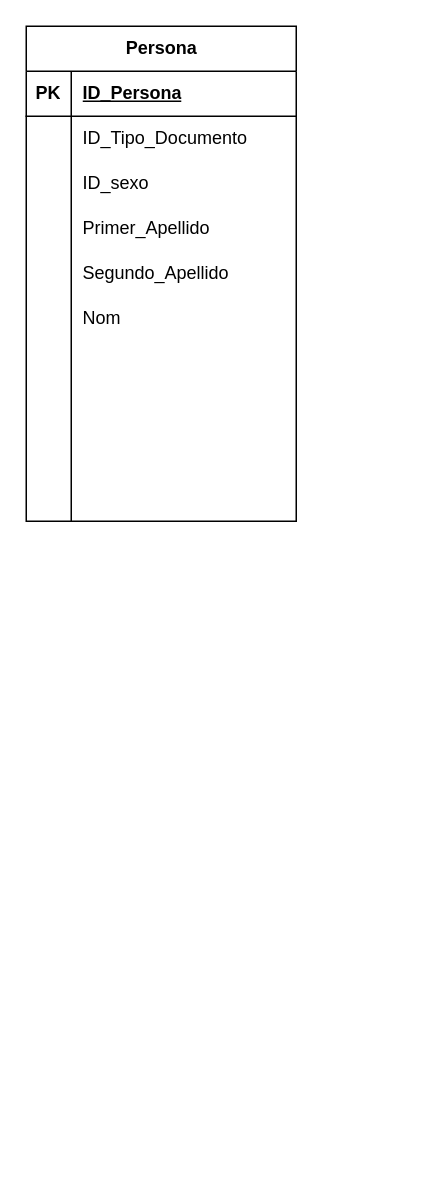
Before: mareli.drawio in JSMONTOYAS/diagramas-, a draw.io diagram. Source tidied: cells renumbered, new cells numbered last; positions are measured from the earlier drawing's top-left corner, leaving out a move shared by most shapes. Both pictures are drawn from the tidied source at 150%, with x=0, y=0 at pixel (26, 26).
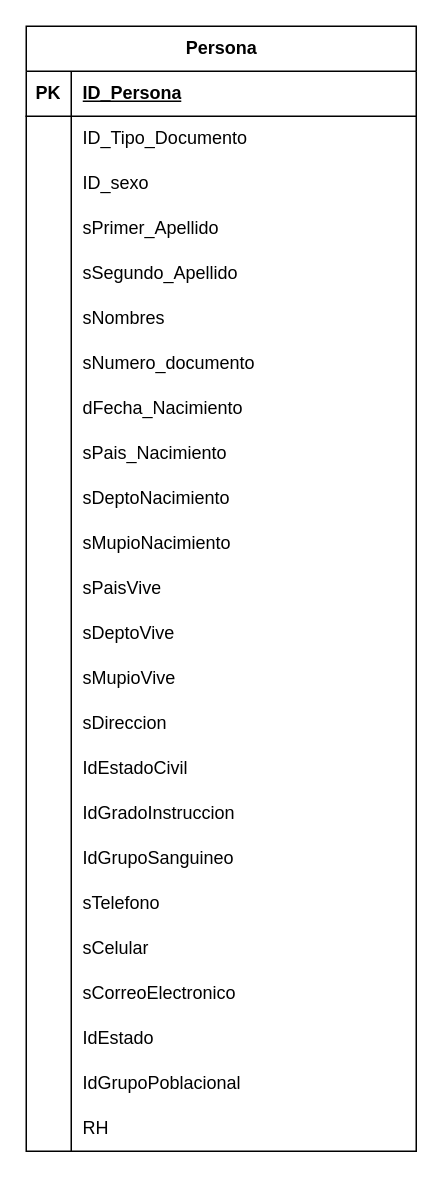
The same diagram, later.

The edit, as a diff of the source:
```diff
@@
     <mxCell id="2" value="Persona" style="shape=table;startSize=30;childLayout=tableLayout;rowLines=0;fontStyle=1;align=center;html=1;" parent="1" vertex="1">
-      <mxGeometry width="180" height="330" as="geometry" />
+      <mxGeometry width="260" height="750" as="geometry" />
     </mxCell>
     <mxCell id="3" style="shape=tableRow;horizontal=0;startSize=0;swimlaneHead=0;swimlaneBody=0;fillColor=none;top=0;left=0;right=0;bottom=1;" parent="2" vertex="1">
-      <mxGeometry y="30" width="180" height="30" as="geometry" />
+      <mxGeometry y="30" width="260" height="30" as="geometry" />
     </mxCell>
@@
     <mxCell id="5" value="ID_Persona" style="shape=partialRectangle;fillColor=none;top=0;left=0;bottom=0;right=0;align=left;spacingLeft=6;fontStyle=5;overflow=hidden;whiteSpace=wrap;html=1;" parent="3" vertex="1">
-      <mxGeometry x="30" width="150" height="30" as="geometry" />
+      <mxGeometry x="30" width="230" height="30" as="geometry" />
     </mxCell>
     <mxCell id="6" style="shape=tableRow;horizontal=0;startSize=0;swimlaneHead=0;swimlaneBody=0;fillColor=none;top=0;left=0;right=0;bottom=0;" parent="2" vertex="1">
-      <mxGeometry y="60" width="180" height="30" as="geometry" />
+      <mxGeometry y="60" width="260" height="30" as="geometry" />
     </mxCell>
@@
     <mxCell id="8" value="ID_Tipo_Documento" style="shape=partialRectangle;fillColor=none;top=0;left=0;bottom=0;right=0;align=left;spacingLeft=6;overflow=hidden;whiteSpace=wrap;html=1;" parent="6" vertex="1">
-      <mxGeometry x="30" width="150" height="30" as="geometry" />
+      <mxGeometry x="30" width="230" height="30" as="geometry" />
     </mxCell>
     <mxCell id="9" style="shape=tableRow;horizontal=0;startSize=0;swimlaneHead=0;swimlaneBody=0;fillColor=none;top=0;left=0;right=0;bottom=0;" parent="2" vertex="1">
-      <mxGeometry y="90" width="180" height="30" as="geometry" />
+      <mxGeometry y="90" width="260" height="30" as="geometry" />
     </mxCell>
@@
     <mxCell id="11" value="ID_sexo" style="shape=partialRectangle;fillColor=none;top=0;left=0;bottom=0;right=0;align=left;spacingLeft=6;overflow=hidden;whiteSpace=wrap;html=1;" parent="9" vertex="1">
-      <mxGeometry x="30" width="150" height="30" as="geometry" />
+      <mxGeometry x="30" width="230" height="30" as="geometry" />
     </mxCell>
     <mxCell id="12" style="shape=tableRow;horizontal=0;startSize=0;swimlaneHead=0;swimlaneBody=0;fillColor=none;top=0;left=0;right=0;bottom=0;" parent="2" vertex="1">
-      <mxGeometry y="120" width="180" height="30" as="geometry" />
+      <mxGeometry y="120" width="260" height="30" as="geometry" />
     </mxCell>
@@
-    <mxCell id="14" value="Primer_Apellido" style="shape=partialRectangle;fillColor=none;top=0;left=0;bottom=0;right=0;align=left;spacingLeft=6;overflow=hidden;whiteSpace=wrap;html=1;" parent="12" vertex="1">
-      <mxGeometry x="30" width="150" height="30" as="geometry" />
+    <mxCell id="14" value="sPrimer_Apellido" style="shape=partialRectangle;fillColor=none;top=0;left=0;bottom=0;right=0;align=left;spacingLeft=6;overflow=hidden;whiteSpace=wrap;html=1;" parent="12" vertex="1">
+      <mxGeometry x="30" width="230" height="30" as="geometry" />
     </mxCell>
     <mxCell id="15" style="shape=tableRow;horizontal=0;startSize=0;swimlaneHead=0;swimlaneBody=0;fillColor=none;top=0;left=0;right=0;bottom=0;" parent="2" vertex="1">
-      <mxGeometry y="150" width="180" height="30" as="geometry" />
+      <mxGeometry y="150" width="260" height="30" as="geometry" />
     </mxCell>
@@
-    <mxCell id="17" value="Segundo_Apellido" style="shape=partialRectangle;fillColor=none;top=0;left=0;bottom=0;right=0;align=left;spacingLeft=6;overflow=hidden;whiteSpace=wrap;html=1;" parent="15" vertex="1">
-      <mxGeometry x="30" width="150" height="30" as="geometry" />
+    <mxCell id="17" value="sSegundo_Apellido" style="shape=partialRectangle;fillColor=none;top=0;left=0;bottom=0;right=0;align=left;spacingLeft=6;overflow=hidden;whiteSpace=wrap;html=1;" parent="15" vertex="1">
+      <mxGeometry x="30" width="230" height="30" as="geometry" />
     </mxCell>
     <mxCell id="18" style="shape=tableRow;horizontal=0;startSize=0;swimlaneHead=0;swimlaneBody=0;fillColor=none;top=0;left=0;right=0;bottom=0;" parent="2" vertex="1">
-      <mxGeometry y="180" width="180" height="30" as="geometry" />
+      <mxGeometry y="180" width="260" height="30" as="geometry" />
     </mxCell>
@@
-    <mxCell id="20" value="Nom" style="shape=partialRectangle;fillColor=none;top=0;left=0;bottom=0;right=0;align=left;spacingLeft=6;overflow=hidden;whiteSpace=wrap;html=1;" parent="18" vertex="1">
-      <mxGeometry x="30" width="150" height="30" as="geometry" />
+    <mxCell id="20" value="sNombres" style="shape=partialRectangle;fillColor=none;top=0;left=0;bottom=0;right=0;align=left;spacingLeft=6;overflow=hidden;whiteSpace=wrap;html=1;" parent="18" vertex="1">
+      <mxGeometry x="30" width="230" height="30" as="geometry" />
     </mxCell>
     <mxCell id="21" style="shape=tableRow;horizontal=0;startSize=0;swimlaneHead=0;swimlaneBody=0;fillColor=none;top=0;left=0;right=0;bottom=0;" parent="2" vertex="1">
-      <mxGeometry y="210" width="180" height="30" as="geometry" />
+      <mxGeometry y="210" width="260" height="30" as="geometry" />
     </mxCell>
@@
-    <mxCell id="23" style="shape=partialRectangle;fillColor=none;top=0;left=0;bottom=0;right=0;align=left;spacingLeft=6;overflow=hidden;whiteSpace=wrap;html=1;" parent="21" vertex="1">
-      <mxGeometry x="30" width="150" height="30" as="geometry" />
+    <mxCell id="23" value="sNumero_documento" style="shape=partialRectangle;fillColor=none;top=0;left=0;bottom=0;right=0;align=left;spacingLeft=6;overflow=hidden;whiteSpace=wrap;html=1;" parent="21" vertex="1">
+      <mxGeometry x="30" width="230" height="30" as="geometry" />
     </mxCell>
     <mxCell id="24" style="shape=tableRow;horizontal=0;startSize=0;swimlaneHead=0;swimlaneBody=0;fillColor=none;top=0;left=0;right=0;bottom=0;" parent="2" vertex="1">
-      <mxGeometry y="240" width="180" height="30" as="geometry" />
+      <mxGeometry y="240" width="260" height="30" as="geometry" />
     </mxCell>
@@
-    <mxCell id="26" style="shape=partialRectangle;fillColor=none;top=0;left=0;bottom=0;right=0;align=left;spacingLeft=6;overflow=hidden;whiteSpace=wrap;html=1;" parent="24" vertex="1">
-      <mxGeometry x="30" width="150" height="30" as="geometry" />
+    <mxCell id="26" value="dFecha_Nacimiento" style="shape=partialRectangle;fillColor=none;top=0;left=0;bottom=0;right=0;align=left;spacingLeft=6;overflow=hidden;whiteSpace=wrap;html=1;" parent="24" vertex="1">
+      <mxGeometry x="30" width="230" height="30" as="geometry" />
     </mxCell>
     <mxCell id="27" style="shape=tableRow;horizontal=0;startSize=0;swimlaneHead=0;swimlaneBody=0;fillColor=none;top=0;left=0;right=0;bottom=0;" parent="2" vertex="1">
-      <mxGeometry y="270" width="180" height="30" as="geometry" />
+      <mxGeometry y="270" width="260" height="30" as="geometry" />
     </mxCell>
@@
-    <mxCell id="29" style="shape=partialRectangle;fillColor=none;top=0;left=0;bottom=0;right=0;align=left;spacingLeft=6;overflow=hidden;whiteSpace=wrap;html=1;" parent="27" vertex="1">
-      <mxGeometry x="30" width="150" height="30" as="geometry" />
+    <mxCell id="29" value="sPais_Nacimiento" style="shape=partialRectangle;fillColor=none;top=0;left=0;bottom=0;right=0;align=left;spacingLeft=6;overflow=hidden;whiteSpace=wrap;html=1;" parent="27" vertex="1">
+      <mxGeometry x="30" width="230" height="30" as="geometry" />
     </mxCell>
     <mxCell id="30" style="shape=tableRow;horizontal=0;startSize=0;swimlaneHead=0;swimlaneBody=0;fillColor=none;top=0;left=0;right=0;bottom=0;" parent="2" vertex="1">
-      <mxGeometry y="300" width="180" height="30" as="geometry" />
+      <mxGeometry y="300" width="260" height="30" as="geometry" />
     </mxCell>
@@
-    <mxCell id="32" style="shape=partialRectangle;fillColor=none;top=0;left=0;bottom=0;right=0;align=left;spacingLeft=6;overflow=hidden;whiteSpace=wrap;html=1;" parent="30" vertex="1">
-      <mxGeometry x="30" width="150" height="30" as="geometry" />
+    <mxCell id="32" value="sDeptoNacimiento" style="shape=partialRectangle;fillColor=none;top=0;left=0;bottom=0;right=0;align=left;spacingLeft=6;overflow=hidden;whiteSpace=wrap;html=1;" parent="30" vertex="1">
+      <mxGeometry x="30" width="230" height="30" as="geometry" />
     </mxCell>
+    <mxCell id="33" style="shape=tableRow;horizontal=0;startSize=0;swimlaneHead=0;swimlaneBody=0;fillColor=none;top=0;left=0;right=0;bottom=0;" parent="2" vertex="1">
+      <mxGeometry y="330" width="260" height="30" as="geometry" />
+    </mxCell>
+    <mxCell id="34" style="shape=partialRectangle;fillColor=none;top=0;left=0;bottom=0;right=0;overflow=hidden;whiteSpace=wrap;html=1;" parent="33" vertex="1">
+      <mxGeometry width="30" height="30" as="geometry" />
+    </mxCell>
+    <mxCell id="35" value="sMupioNacimiento" style="shape=partialRectangle;fillColor=none;top=0;left=0;bottom=0;right=0;align=left;spacingLeft=6;overflow=hidden;whiteSpace=wrap;html=1;" parent="33" vertex="1">
+      <mxGeometry x="30" width="230" height="30" as="geometry" />
+    </mxCell>
+    <mxCell id="36" style="shape=tableRow;horizontal=0;startSize=0;swimlaneHead=0;swimlaneBody=0;fillColor=none;top=0;left=0;right=0;bottom=0;" parent="2" vertex="1">
+      <mxGeometry y="360" width="260" height="30" as="geometry" />
+    </mxCell>
+    <mxCell id="37" style="shape=partialRectangle;fillColor=none;top=0;left=0;bottom=0;right=0;overflow=hidden;whiteSpace=wrap;html=1;" parent="36" vertex="1">
+      <mxGeometry width="30" height="30" as="geometry" />
+    </mxCell>
+    <mxCell id="38" value="sPaisVive" style="shape=partialRectangle;fillColor=none;top=0;left=0;bottom=0;right=0;align=left;spacingLeft=6;overflow=hidden;whiteSpace=wrap;html=1;" parent="36" vertex="1">
+      <mxGeometry x="30" width="230" height="30" as="geometry" />
+    </mxCell>
+    <mxCell id="39" style="shape=tableRow;horizontal=0;startSize=0;swimlaneHead=0;swimlaneBody=0;fillColor=none;top=0;left=0;right=0;bottom=0;" parent="2" vertex="1">
+      <mxGeometry y="390" width="260" height="30" as="geometry" />
+    </mxCell>
+    <mxCell id="40" style="shape=partialRectangle;fillColor=none;top=0;left=0;bottom=0;right=0;overflow=hidden;whiteSpace=wrap;html=1;" parent="39" vertex="1">
+      <mxGeometry width="30" height="30" as="geometry" />
+    </mxCell>
+    <mxCell id="41" value="sDeptoVive" style="shape=partialRectangle;fillColor=none;top=0;left=0;bottom=0;right=0;align=left;spacingLeft=6;overflow=hidden;whiteSpace=wrap;html=1;" parent="39" vertex="1">
+      <mxGeometry x="30" width="230" height="30" as="geometry" />
+    </mxCell>
+    <mxCell id="42" style="shape=tableRow;horizontal=0;startSize=0;swimlaneHead=0;swimlaneBody=0;fillColor=none;top=0;left=0;right=0;bottom=0;" parent="2" vertex="1">
+      <mxGeometry y="420" width="260" height="30" as="geometry" />
+    </mxCell>
+    <mxCell id="43" style="shape=partialRectangle;fillColor=none;top=0;left=0;bottom=0;right=0;overflow=hidden;whiteSpace=wrap;html=1;" parent="42" vertex="1">
+      <mxGeometry width="30" height="30" as="geometry" />
+    </mxCell>
+    <mxCell id="44" value="sMupioVive" style="shape=partialRectangle;fillColor=none;top=0;left=0;bottom=0;right=0;align=left;spacingLeft=6;overflow=hidden;whiteSpace=wrap;html=1;" parent="42" vertex="1">
+      <mxGeometry x="30" width="230" height="30" as="geometry" />
+    </mxCell>
+    <mxCell id="45" style="shape=tableRow;horizontal=0;startSize=0;swimlaneHead=0;swimlaneBody=0;fillColor=none;top=0;left=0;right=0;bottom=0;" parent="2" vertex="1">
+      <mxGeometry y="450" width="260" height="30" as="geometry" />
+    </mxCell>
+    <mxCell id="46" style="shape=partialRectangle;fillColor=none;top=0;left=0;bottom=0;right=0;overflow=hidden;whiteSpace=wrap;html=1;" parent="45" vertex="1">
+      <mxGeometry width="30" height="30" as="geometry" />
+    </mxCell>
+    <mxCell id="47" value="sDireccion" style="shape=partialRectangle;fillColor=none;top=0;left=0;bottom=0;right=0;align=left;spacingLeft=6;overflow=hidden;whiteSpace=wrap;html=1;" parent="45" vertex="1">
+      <mxGeometry x="30" width="230" height="30" as="geometry" />
+    </mxCell>
+    <mxCell id="48" style="shape=tableRow;horizontal=0;startSize=0;swimlaneHead=0;swimlaneBody=0;fillColor=none;top=0;left=0;right=0;bottom=0;" parent="2" vertex="1">
+      <mxGeometry y="480" width="260" height="30" as="geometry" />
+    </mxCell>
+    <mxCell id="49" style="shape=partialRectangle;fillColor=none;top=0;left=0;bottom=0;right=0;overflow=hidden;whiteSpace=wrap;html=1;" parent="48" vertex="1">
+      <mxGeometry width="30" height="30" as="geometry" />
+    </mxCell>
+    <mxCell id="50" value="IdEstadoCivil" style="shape=partialRectangle;fillColor=none;top=0;left=0;bottom=0;right=0;align=left;spacingLeft=6;overflow=hidden;whiteSpace=wrap;html=1;" parent="48" vertex="1">
+      <mxGeometry x="30" width="230" height="30" as="geometry" />
+    </mxCell>
+    <mxCell id="51" style="shape=tableRow;horizontal=0;startSize=0;swimlaneHead=0;swimlaneBody=0;fillColor=none;top=0;left=0;right=0;bottom=0;" parent="2" vertex="1">
+      <mxGeometry y="510" width="260" height="30" as="geometry" />
+    </mxCell>
+    <mxCell id="52" style="shape=partialRectangle;fillColor=none;top=0;left=0;bottom=0;right=0;overflow=hidden;whiteSpace=wrap;html=1;" parent="51" vertex="1">
+      <mxGeometry width="30" height="30" as="geometry" />
+    </mxCell>
+    <mxCell id="53" value="IdGradoInstruccion" style="shape=partialRectangle;fillColor=none;top=0;left=0;bottom=0;right=0;align=left;spacingLeft=6;overflow=hidden;whiteSpace=wrap;html=1;" parent="51" vertex="1">
+      <mxGeometry x="30" width="230" height="30" as="geometry" />
+    </mxCell>
+    <mxCell id="54" style="shape=tableRow;horizontal=0;startSize=0;swimlaneHead=0;swimlaneBody=0;fillColor=none;top=0;left=0;right=0;bottom=0;" parent="2" vertex="1">
+      <mxGeometry y="540" width="260" height="30" as="geometry" />
+    </mxCell>
+    <mxCell id="55" style="shape=partialRectangle;fillColor=none;top=0;left=0;bottom=0;right=0;overflow=hidden;whiteSpace=wrap;html=1;" parent="54" vertex="1">
+      <mxGeometry width="30" height="30" as="geometry" />
+    </mxCell>
+    <mxCell id="56" value="IdGrupoSanguineo" style="shape=partialRectangle;fillColor=none;top=0;left=0;bottom=0;right=0;align=left;spacingLeft=6;overflow=hidden;whiteSpace=wrap;html=1;" parent="54" vertex="1">
+      <mxGeometry x="30" width="230" height="30" as="geometry" />
+    </mxCell>
+    <mxCell id="57" style="shape=tableRow;horizontal=0;startSize=0;swimlaneHead=0;swimlaneBody=0;fillColor=none;top=0;left=0;right=0;bottom=0;" parent="2" vertex="1">
+      <mxGeometry y="570" width="260" height="30" as="geometry" />
+    </mxCell>
+    <mxCell id="58" style="shape=partialRectangle;fillColor=none;top=0;left=0;bottom=0;right=0;overflow=hidden;whiteSpace=wrap;html=1;" parent="57" vertex="1">
+      <mxGeometry width="30" height="30" as="geometry" />
+    </mxCell>
+    <mxCell id="59" value="sTelefono" style="shape=partialRectangle;fillColor=none;top=0;left=0;bottom=0;right=0;align=left;spacingLeft=6;overflow=hidden;whiteSpace=wrap;html=1;" parent="57" vertex="1">
+      <mxGeometry x="30" width="230" height="30" as="geometry" />
+    </mxCell>
+    <mxCell id="60" style="shape=tableRow;horizontal=0;startSize=0;swimlaneHead=0;swimlaneBody=0;fillColor=none;top=0;left=0;right=0;bottom=0;" parent="2" vertex="1">
+      <mxGeometry y="600" width="260" height="30" as="geometry" />
+    </mxCell>
+    <mxCell id="61" style="shape=partialRectangle;fillColor=none;top=0;left=0;bottom=0;right=0;overflow=hidden;whiteSpace=wrap;html=1;" parent="60" vertex="1">
+      <mxGeometry width="30" height="30" as="geometry" />
+    </mxCell>
+    <mxCell id="62" value="sCelular" style="shape=partialRectangle;fillColor=none;top=0;left=0;bottom=0;right=0;align=left;spacingLeft=6;overflow=hidden;whiteSpace=wrap;html=1;" parent="60" vertex="1">
+      <mxGeometry x="30" width="230" height="30" as="geometry" />
+    </mxCell>
+    <mxCell id="63" style="shape=tableRow;horizontal=0;startSize=0;swimlaneHead=0;swimlaneBody=0;fillColor=none;top=0;left=0;right=0;bottom=0;" parent="2" vertex="1">
+      <mxGeometry y="630" width="260" height="30" as="geometry" />
+    </mxCell>
+    <mxCell id="64" style="shape=partialRectangle;fillColor=none;top=0;left=0;bottom=0;right=0;overflow=hidden;whiteSpace=wrap;html=1;" parent="63" vertex="1">
+      <mxGeometry width="30" height="30" as="geometry" />
+    </mxCell>
+    <mxCell id="65" value="sCorreoElectronico" style="shape=partialRectangle;fillColor=none;top=0;left=0;bottom=0;right=0;align=left;spacingLeft=6;overflow=hidden;whiteSpace=wrap;html=1;" parent="63" vertex="1">
+      <mxGeometry x="30" width="230" height="30" as="geometry" />
+    </mxCell>
+    <mxCell id="66" style="shape=tableRow;horizontal=0;startSize=0;swimlaneHead=0;swimlaneBody=0;fillColor=none;top=0;left=0;right=0;bottom=0;" parent="2" vertex="1">
+      <mxGeometry y="660" width="260" height="30" as="geometry" />
+    </mxCell>
+    <mxCell id="67" style="shape=partialRectangle;fillColor=none;top=0;left=0;bottom=0;right=0;overflow=hidden;whiteSpace=wrap;html=1;" parent="66" vertex="1">
+      <mxGeometry width="30" height="30" as="geometry" />
+    </mxCell>
+    <mxCell id="68" value="IdEstado" style="shape=partialRectangle;fillColor=none;top=0;left=0;bottom=0;right=0;align=left;spacingLeft=6;overflow=hidden;whiteSpace=wrap;html=1;" parent="66" vertex="1">
+      <mxGeometry x="30" width="230" height="30" as="geometry" />
+    </mxCell>
+    <mxCell id="69" style="shape=tableRow;horizontal=0;startSize=0;swimlaneHead=0;swimlaneBody=0;fillColor=none;top=0;left=0;right=0;bottom=0;" parent="2" vertex="1">
+      <mxGeometry y="690" width="260" height="30" as="geometry" />
+    </mxCell>
+    <mxCell id="70" style="shape=partialRectangle;fillColor=none;top=0;left=0;bottom=0;right=0;overflow=hidden;whiteSpace=wrap;html=1;" parent="69" vertex="1">
+      <mxGeometry width="30" height="30" as="geometry" />
+    </mxCell>
+    <mxCell id="71" value="IdGrupoPoblacional" style="shape=partialRectangle;fillColor=none;top=0;left=0;bottom=0;right=0;align=left;spacingLeft=6;overflow=hidden;whiteSpace=wrap;html=1;" parent="69" vertex="1">
+      <mxGeometry x="30" width="230" height="30" as="geometry" />
+    </mxCell>
+    <mxCell id="72" style="shape=tableRow;horizontal=0;startSize=0;swimlaneHead=0;swimlaneBody=0;fillColor=none;top=0;left=0;right=0;bottom=0;" parent="2" vertex="1">
+      <mxGeometry y="720" width="260" height="30" as="geometry" />
+    </mxCell>
+    <mxCell id="73" style="shape=partialRectangle;fillColor=none;top=0;left=0;bottom=0;right=0;overflow=hidden;whiteSpace=wrap;html=1;" parent="72" vertex="1">
+      <mxGeometry width="30" height="30" as="geometry" />
+    </mxCell>
+    <mxCell id="74" value="RH" style="shape=partialRectangle;fillColor=none;top=0;left=0;bottom=0;right=0;align=left;spacingLeft=6;overflow=hidden;whiteSpace=wrap;html=1;" parent="72" vertex="1">
+      <mxGeometry x="30" width="230" height="30" as="geometry" />
+    </mxCell>
```
